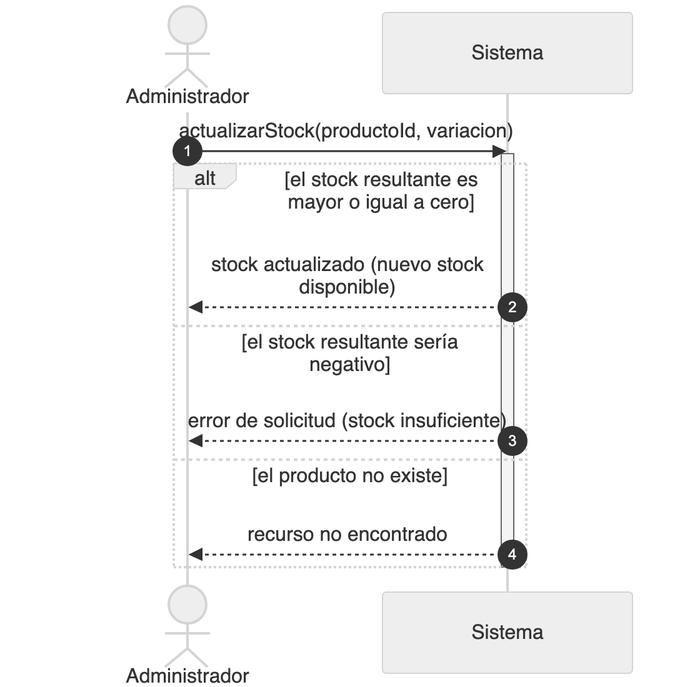
This is diagramas/png/DSS_CU-038_Actualizar-Stock-De-Producto.png from Nahuelito-Dev/splg-docs, a Mermaid export, as it was before one commit. Its source is kept beside it as diagramas/DSS_CU-038_Actualizar-Stock-De-Producto.mmd. Its diagram source:
```mermaid
sequenceDiagram
    title DSS — CU-038 Actualizar Stock De Producto
    autonumber
    actor ADM as Administrador
    participant SIS as Sistema

    ADM->>SIS: actualizarStock(productoId, variacion)
    activate SIS
    alt el stock resultante es mayor o igual a cero
        SIS-->>ADM: stock actualizado (nuevo stock disponible)
    else el stock resultante sería negativo
        SIS-->>ADM: error de solicitud (stock insuficiente)
    else el producto no existe
        SIS-->>ADM: recurso no encontrado
    end
    deactivate SIS
```
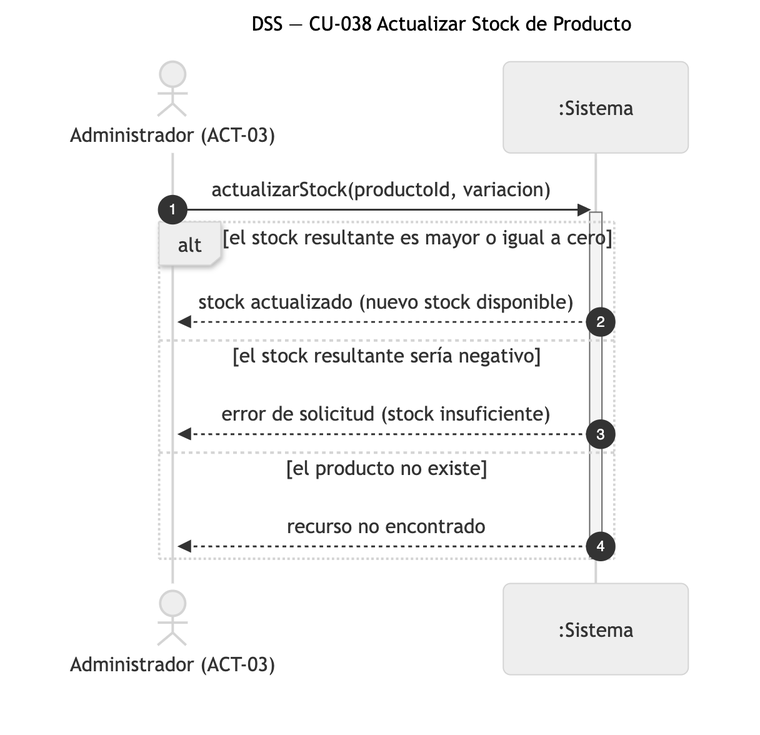
After the change.

Diff of the diagram source:
```diff
@@ -1,8 +1,8 @@
 sequenceDiagram
-    title DSS — CU-038 Actualizar Stock De Producto
+    title DSS — CU-038 Actualizar Stock de Producto
     autonumber
-    actor ADM as Administrador
-    participant SIS as Sistema
+    actor ADM as Administrador (ACT-03)
+    participant SIS as :Sistema
 
     ADM->>SIS: actualizarStock(productoId, variacion)
     activate SIS
```
